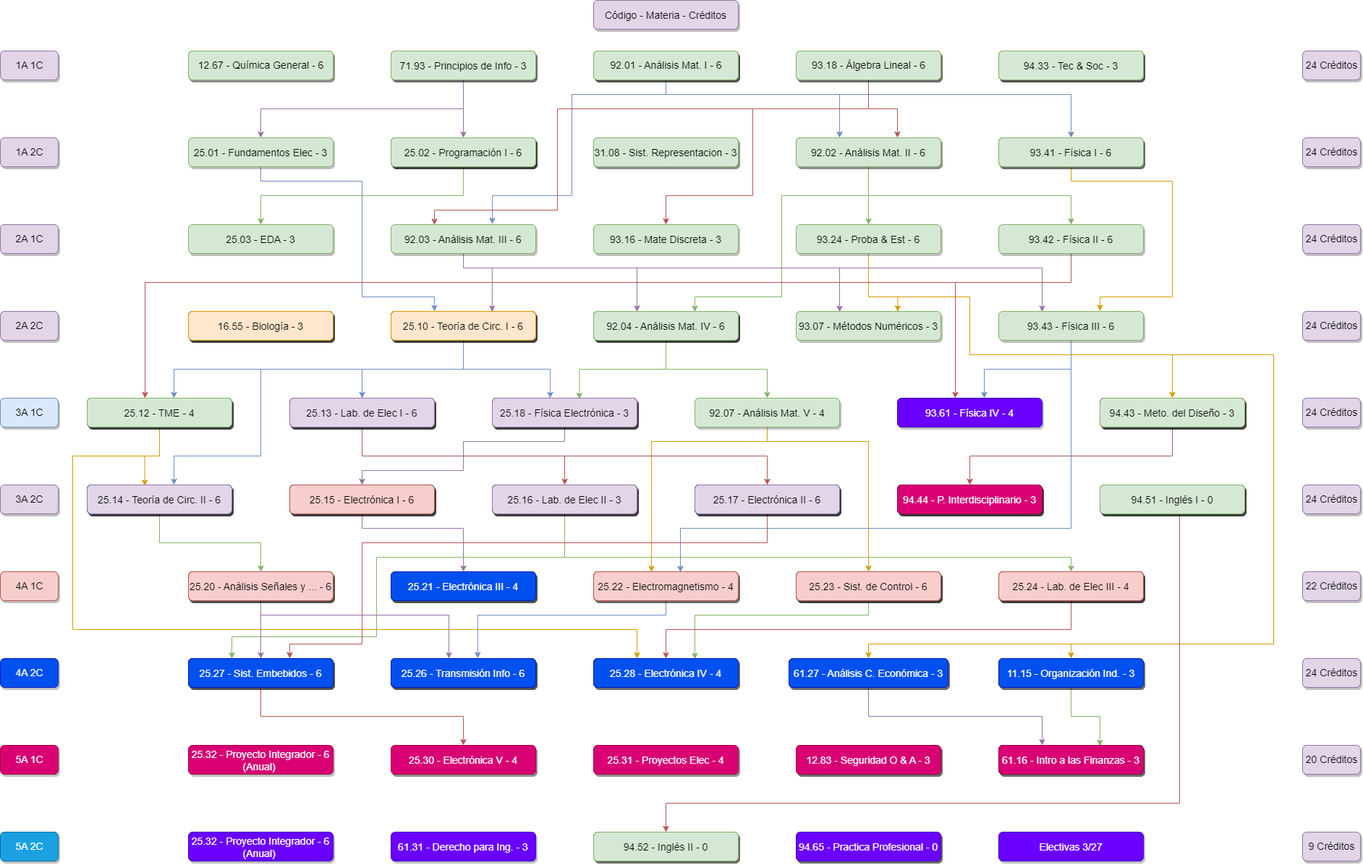
Above: K22.drawio.png in juanipla/K22 (draw.io), before the change. Source tidied: cells renumbered, new cells last; positions are measured from the earlier drawing's top-left corner, leaving out a move shared by most shapes.
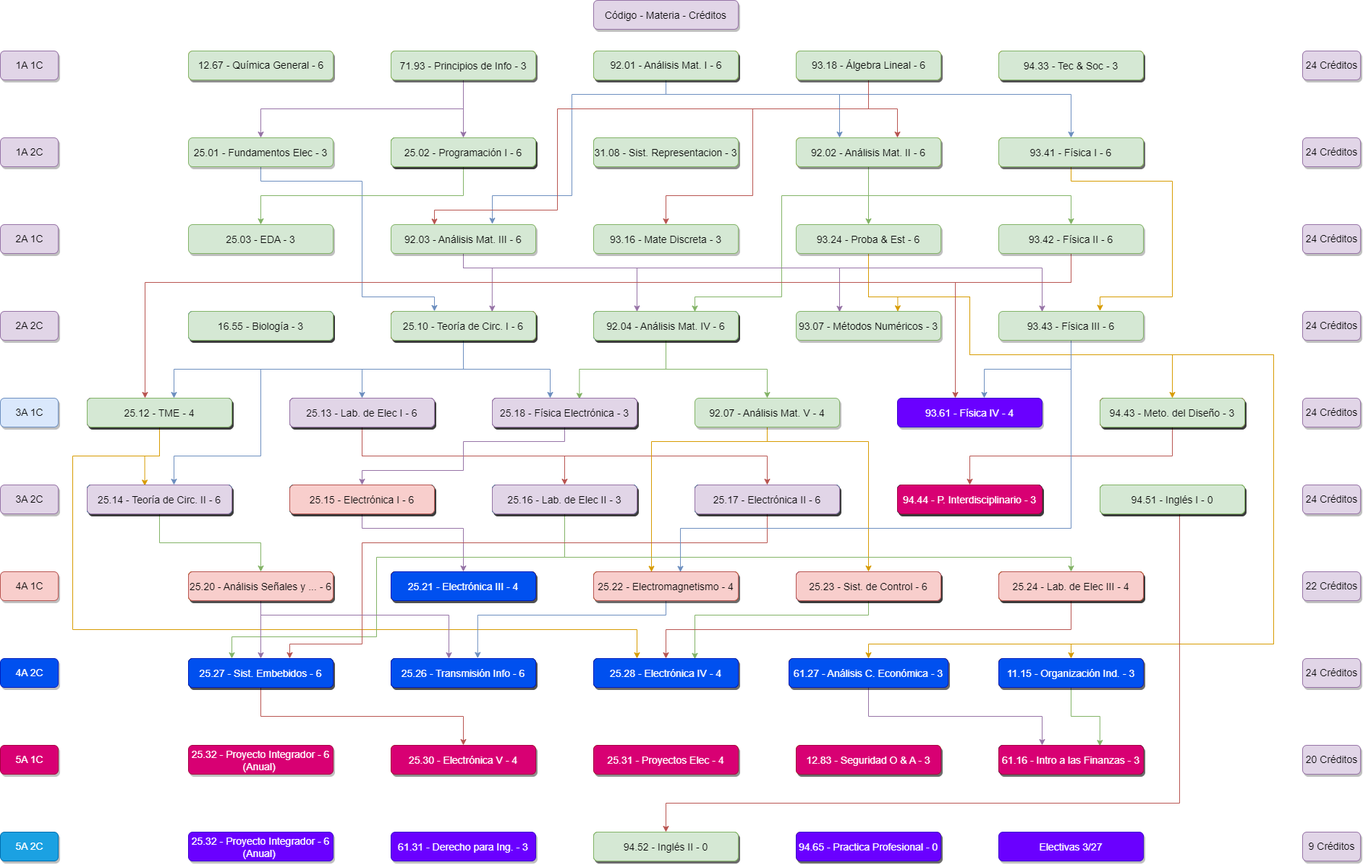
After the change.

What changed in the source:
```diff
@@ -853,10 +853,10 @@
     <mxCell id="194" value="25.02 - Programación I - 6" style="rounded=1;fillColor=#d5e8d4;strokeColor=#82b366;shadow=1;fontStyle=0;fontSize=14;labelBorderColor=none;labelBackgroundColor=none;" parent="1" vertex="1">
       <mxGeometry x="540" y="190" width="200" height="40" as="geometry" />
     </mxCell>
-    <mxCell id="195" value="16.55 - Biología - 3" style="rounded=1;fillColor=#ffe6cc;strokeColor=#d79b00;shadow=1;fontStyle=0;fontSize=14;labelBorderColor=none;labelBackgroundColor=none;" parent="1" vertex="1">
+    <mxCell id="195" value="16.55 - Biología - 3" style="rounded=1;fillColor=#d5e8d4;strokeColor=#82b366;shadow=1;fontStyle=0;fontSize=14;labelBorderColor=none;labelBackgroundColor=none;" parent="1" vertex="1">
       <mxGeometry x="260" y="430" width="200" height="40" as="geometry" />
     </mxCell>
-    <mxCell id="196" value="25.10 - Teoría de Circ. I - 6" style="rounded=1;fillColor=#ffe6cc;strokeColor=#d79b00;shadow=1;fontStyle=0;fontSize=14;labelBorderColor=none;labelBackgroundColor=none;" parent="1" vertex="1">
+    <mxCell id="196" value="25.10 - Teoría de Circ. I - 6" style="rounded=1;fillColor=#d5e8d4;strokeColor=#82b366;shadow=1;fontStyle=0;fontSize=14;labelBorderColor=none;labelBackgroundColor=none;" parent="1" vertex="1">
       <mxGeometry x="540" y="430" width="200" height="40" as="geometry" />
     </mxCell>
     <mxCell id="197" value="92.04 - Análisis Mat. IV - 6" style="rounded=1;fillColor=#d5e8d4;strokeColor=#82b366;shadow=1;fontStyle=0;fontSize=14;labelBorderColor=none;labelBackgroundColor=none;verticalAlign=middle;" parent="1" vertex="1">
```
